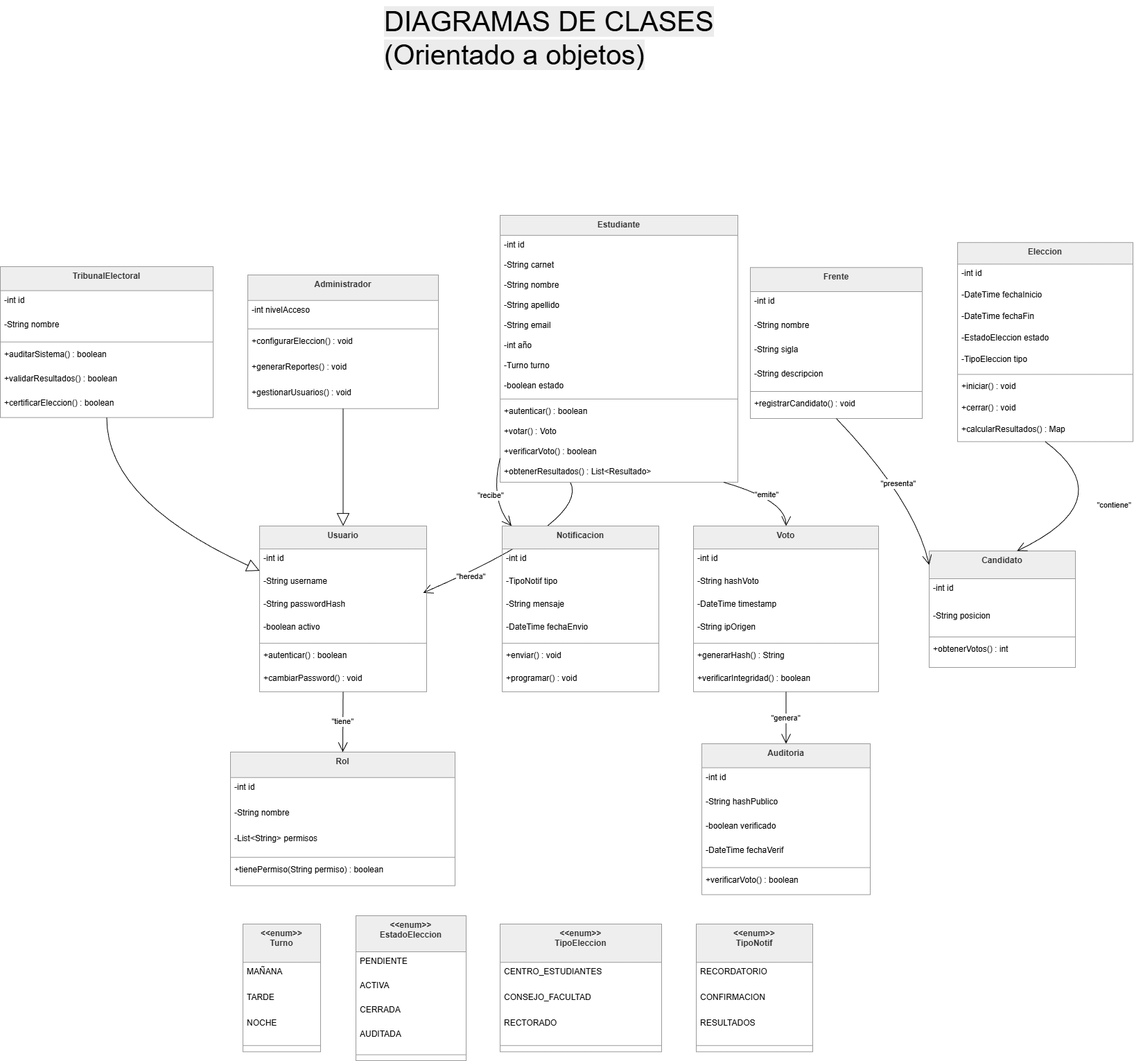
Above: src/public/img/diagramas/orientado-objetos/diagrama-clases.png in huberacarapi-droid/ProyectoADS (draw.io), before the change. Source tidied: cells renumbered, new cells last; positions are measured from the earlier drawing's top-left corner, leaving out a move shared by most shapes.
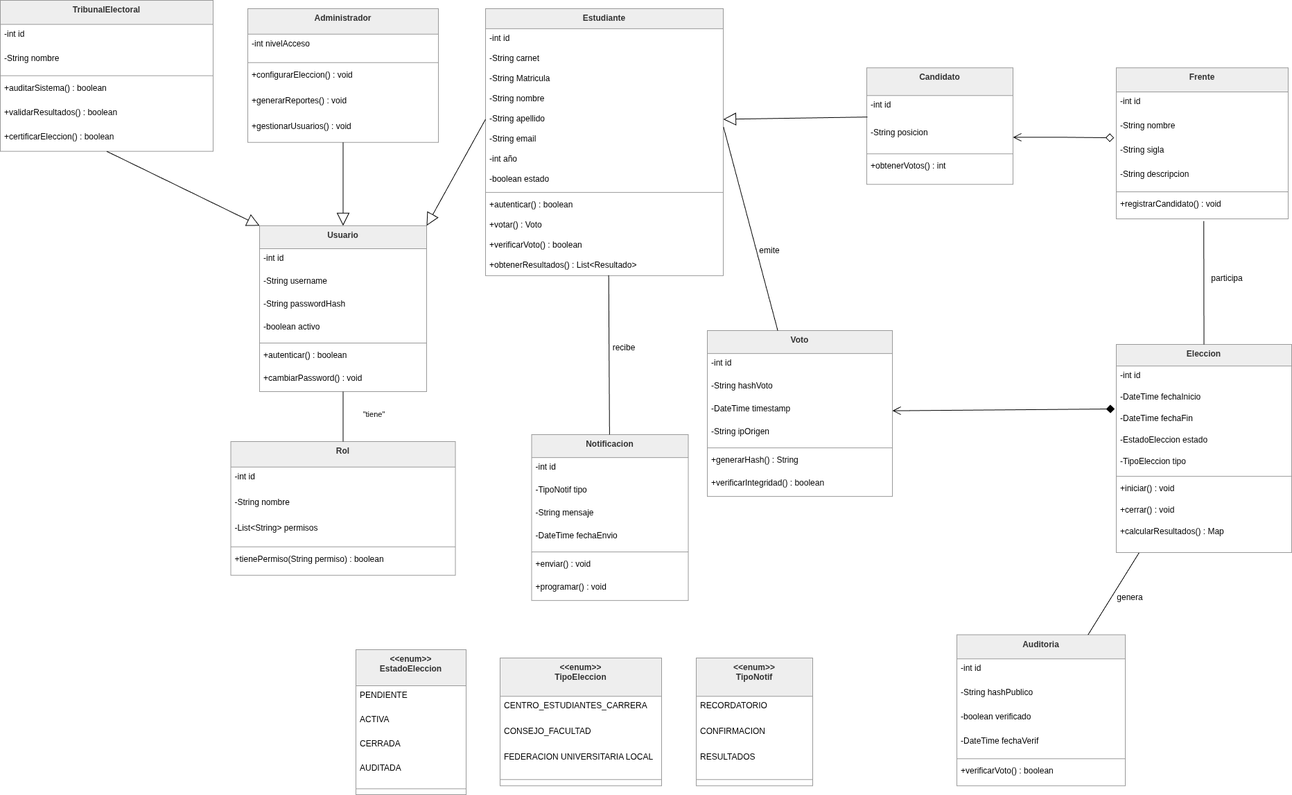
After the commit.

Diff of the diagram source:
```diff
@@ -4,14 +4,4 @@
     <mxCell id="1" parent="0" />
-    <mxCell id="2" value="&quot;hereda&quot;" style="curved=1;startArrow=none;endArrow=open;endSize=12;exitX=0.004;exitY=1.045;entryX=1;entryY=0.28;rounded=0;exitDx=0;exitDy=0;exitPerimeter=0;" parent="1" edge="1">
-      <mxGeometry x="0.54" y="5" relative="1" as="geometry">
-        <mxPoint x="822.4" y="694.9" as="sourcePoint" />
-        <mxPoint x="610" y="854.4" as="targetPoint" />
-        <Array as="points">
-          <mxPoint x="850" y="750.4" />
-        </Array>
-        <mxPoint y="1" as="offset" />
-      </mxGeometry>
-    </mxCell>
     <mxCell id="3" value="Estudiante" style="swimlane;fontStyle=1;align=center;verticalAlign=top;horizontal=1;startSize=28.923076923076923;fillColor=light-dark(#eeeeee,#1f2020);strokeColor=light-dark(#999999,#cccccc);fontColor=light-dark(#333333,#cccccc);" parent="1" vertex="1">
-      <mxGeometry x="721" y="310" width="343" height="384.9" as="geometry" />
+      <mxGeometry x="700" y="396" width="343" height="384.9" as="geometry" />
     </mxCell>
@@ -23,17 +13,17 @@
     </mxCell>
+    <mxCell id="10" value="-String Matricula" style="text;strokeColor=none;fillColor=none;align=left;verticalAlign=top;spacingLeft=4;spacingRight=4;overflow=hidden;" parent="3" vertex="1">
+      <mxGeometry y="86.9" width="343" height="29" as="geometry" />
+    </mxCell>
     <mxCell id="6" value="-String nombre" style="text;strokeColor=none;fillColor=none;align=left;verticalAlign=top;spacingLeft=4;spacingRight=4;overflow=hidden;" parent="3" vertex="1">
-      <mxGeometry y="86.9" width="343" height="29" as="geometry" />
+      <mxGeometry y="115.9" width="343" height="29" as="geometry" />
     </mxCell>
     <mxCell id="7" value="-String apellido" style="text;strokeColor=none;fillColor=none;align=left;verticalAlign=top;spacingLeft=4;spacingRight=4;overflow=hidden;points=[[0,0.5],[1,0.5]];portConstraint=eastwest;" parent="3" vertex="1">
-      <mxGeometry y="115.9" width="343" height="29" as="geometry" />
+      <mxGeometry y="144.9" width="343" height="29" as="geometry" />
     </mxCell>
     <mxCell id="8" value="-String email" style="text;strokeColor=none;fillColor=none;align=left;verticalAlign=top;spacingLeft=4;spacingRight=4;overflow=hidden;points=[[0,0.5],[1,0.5]];portConstraint=eastwest;" parent="3" vertex="1">
-      <mxGeometry y="144.9" width="343" height="29" as="geometry" />
+      <mxGeometry y="173.9" width="343" height="29" as="geometry" />
     </mxCell>
     <mxCell id="9" value="-int año" style="text;strokeColor=none;fillColor=none;align=left;verticalAlign=top;spacingLeft=4;spacingRight=4;overflow=hidden;" parent="3" vertex="1">
-      <mxGeometry y="173.9" width="343" height="29" as="geometry" />
+      <mxGeometry y="202.9" width="343" height="29" as="geometry" />
     </mxCell>
-    <mxCell id="10" value="-Turno turno" style="text;strokeColor=none;fillColor=none;align=left;verticalAlign=top;spacingLeft=4;spacingRight=4;overflow=hidden;" parent="3" vertex="1">
-      <mxGeometry y="202.9" width="343" height="29" as="geometry" />
-    </mxCell>
     <mxCell id="11" value="-boolean estado" style="text;strokeColor=none;fillColor=none;align=left;verticalAlign=top;spacingLeft=4;spacingRight=4;overflow=hidden;" parent="3" vertex="1">
@@ -57,3 +47,3 @@
     <mxCell id="17" value="Usuario" style="swimlane;fontStyle=1;align=center;verticalAlign=top;horizontal=1;startSize=33.142857142857146;fillColor=light-dark(#eeeeee,#1f2020);strokeColor=light-dark(#999999,#cccccc);fontColor=light-dark(#333333,#cccccc);" parent="1" vertex="1">
-      <mxGeometry x="374" y="758" width="241" height="239.1" as="geometry" />
+      <mxGeometry x="374" y="708.9" width="241" height="239.1" as="geometry" />
     </mxCell>
@@ -81,3 +71,3 @@
     <mxCell id="25" value="Rol" style="swimlane;fontStyle=1;align=center;verticalAlign=top;horizontal=1;startSize=36.8;fillColor=light-dark(#eeeeee,#1f2020);strokeColor=light-dark(#999999,#cccccc);fontColor=light-dark(#333333,#cccccc);" parent="1" vertex="1">
-      <mxGeometry x="332" y="1084" width="324" height="192.8" as="geometry" />
+      <mxGeometry x="332.5" y="1020" width="324" height="192.8" as="geometry" />
     </mxCell>
@@ -138,3 +128,3 @@
     <mxCell id="44" value="Voto" style="swimlane;fontStyle=1;align=center;verticalAlign=top;horizontal=1;startSize=33.142857142857146;fillColor=light-dark(#eeeeee,#1f2020);strokeColor=light-dark(#999999,#cccccc);fontColor=light-dark(#333333,#cccccc);" parent="1" vertex="1">
-      <mxGeometry x="1000" y="758" width="267" height="239.1" as="geometry" />
+      <mxGeometry x="1020" y="860" width="267" height="239.1" as="geometry" />
     </mxCell>
@@ -162,3 +152,3 @@
     <mxCell id="52" value="Auditoria" style="swimlane;fontStyle=1;align=center;verticalAlign=top;horizontal=1;startSize=34.666666666666664;fillColor=light-dark(#eeeeee,#1f2020);strokeColor=light-dark(#999999,#cccccc);fontColor=light-dark(#333333,#cccccc);" parent="1" vertex="1">
-      <mxGeometry x="1012" y="1072" width="243" height="217.7" as="geometry" />
+      <mxGeometry x="1380" y="1298.5" width="243" height="217.7" as="geometry" />
     </mxCell>
@@ -182,4 +172,7 @@
     </mxCell>
+    <mxCell id="119" style="rounded=0;jettySize=auto;html=1;endArrow=none;endFill=0;" parent="1" edge="1" source="59" target="52">
+      <mxGeometry relative="1" as="geometry" />
+    </mxCell>
     <mxCell id="59" value="Eleccion" style="swimlane;fontStyle=1;align=center;verticalAlign=top;horizontal=1;startSize=31.11111111111111;fillColor=light-dark(#eeeeee,#1f2020);strokeColor=light-dark(#999999,#cccccc);fontColor=light-dark(#333333,#cccccc);" parent="1" vertex="1">
-      <mxGeometry x="1381" y="349.3" width="253" height="287.1" as="geometry" />
+      <mxGeometry x="1610" y="880" width="253" height="300" as="geometry" />
     </mxCell>
@@ -210,6 +203,6 @@
     <mxCell id="68" value="+calcularResultados() : Map" style="text;strokeColor=none;fillColor=none;align=left;verticalAlign=top;spacingLeft=4;spacingRight=4;overflow=hidden;" parent="59" vertex="1">
-      <mxGeometry y="256.1" width="253" height="31" as="geometry" />
+      <mxGeometry y="256.1" width="253" height="43.9" as="geometry" />
     </mxCell>
     <mxCell id="69" value="Frente" style="swimlane;fontStyle=1;align=center;verticalAlign=top;horizontal=1;startSize=34.666666666666664;fillColor=light-dark(#eeeeee,#1f2020);strokeColor=light-dark(#999999,#cccccc);fontColor=light-dark(#333333,#cccccc);" parent="1" vertex="1">
-      <mxGeometry x="1082" y="385.3" width="248" height="217.7" as="geometry" />
+      <mxGeometry x="1610" y="481.3" width="248" height="217.7" as="geometry" />
     </mxCell>
@@ -234,3 +227,3 @@
     <mxCell id="76" value="Candidato" style="swimlane;fontStyle=1;align=center;verticalAlign=top;horizontal=1;startSize=40;fillColor=light-dark(#eeeeee,#1f2020);strokeColor=light-dark(#999999,#cccccc);fontColor=light-dark(#333333,#cccccc);" parent="1" vertex="1">
-      <mxGeometry x="1340" y="794" width="211" height="168" as="geometry" />
+      <mxGeometry x="1250" y="481.3" width="211" height="168" as="geometry" />
     </mxCell>
@@ -249,3 +242,3 @@
     <mxCell id="81" value="Notificacion" style="swimlane;fontStyle=1;align=center;verticalAlign=top;horizontal=1;startSize=33.142857142857146;fillColor=light-dark(#eeeeee,#1f2020);strokeColor=light-dark(#999999,#cccccc);fontColor=light-dark(#333333,#cccccc);" parent="1" vertex="1">
-      <mxGeometry x="724" y="758" width="226" height="239.1" as="geometry" />
+      <mxGeometry x="766.5" y="1010" width="226" height="239.1" as="geometry" />
     </mxCell>
@@ -272,17 +265,2 @@
     </mxCell>
-    <mxCell id="89" value="&lt;&lt;enum&gt;&gt;&#10;Turno" style="swimlane;fontStyle=1;align=center;verticalAlign=top;horizontal=1;startSize=55.199999999999996;fillColor=light-dark(#eeeeee,#1f2020);strokeColor=light-dark(#999999,#cccccc);fontColor=light-dark(#333333,#cccccc);" parent="1" vertex="1">
-      <mxGeometry x="350" y="1332" width="112" height="184.2" as="geometry" />
-    </mxCell>
-    <mxCell id="90" value="MAÑANA" style="text;strokeColor=none;fillColor=none;align=left;verticalAlign=top;spacingLeft=4;spacingRight=4;overflow=hidden;" parent="89" vertex="1">
-      <mxGeometry y="55.2" width="112" height="37" as="geometry" />
-    </mxCell>
-    <mxCell id="91" value="TARDE" style="text;strokeColor=none;fillColor=none;align=left;verticalAlign=top;spacingLeft=4;spacingRight=4;overflow=hidden;" parent="89" vertex="1">
-      <mxGeometry y="92.2" width="112" height="37" as="geometry" />
-    </mxCell>
-    <mxCell id="92" value="NOCHE" style="text;strokeColor=none;fillColor=none;align=left;verticalAlign=top;spacingLeft=4;spacingRight=4;overflow=hidden;" parent="89" vertex="1">
-      <mxGeometry y="129.2" width="112" height="37" as="geometry" />
-    </mxCell>
-    <mxCell id="93" style="line;strokeWidth=1;fillColor=none;align=left;verticalAlign=middle;spacingTop=-1;spacingLeft=3;spacingRight=3;labelPosition=right;strokeColor=inherit;" parent="89" vertex="1">
-      <mxGeometry y="166.2" width="112" height="18" as="geometry" />
-    </mxCell>
     <mxCell id="94" value="&lt;&lt;enum&gt;&gt;&#10;EstadoEleccion" style="swimlane;fontStyle=1;align=center;verticalAlign=top;horizontal=1;startSize=52;fillColor=light-dark(#eeeeee,#1f2020);strokeColor=light-dark(#999999,#cccccc);fontColor=light-dark(#333333,#cccccc);" parent="1" vertex="1">
@@ -308,3 +286,3 @@
     </mxCell>
-    <mxCell id="101" value="CENTRO_ESTUDIANTES" style="text;strokeColor=none;fillColor=none;align=left;verticalAlign=top;spacingLeft=4;spacingRight=4;overflow=hidden;" parent="100" vertex="1">
+    <mxCell id="101" value="CENTRO_ESTUDIANTES_CARRERA" style="text;strokeColor=none;fillColor=none;align=left;verticalAlign=top;spacingLeft=4;spacingRight=4;overflow=hidden;" parent="100" vertex="1">
       <mxGeometry y="55.2" width="233" height="37" as="geometry" />
@@ -314,3 +292,3 @@
     </mxCell>
-    <mxCell id="103" value="RECTORADO" style="text;strokeColor=none;fillColor=none;align=left;verticalAlign=top;spacingLeft=4;spacingRight=4;overflow=hidden;" parent="100" vertex="1">
+    <mxCell id="103" value="FEDERACION UNIVERSITARIA LOCAL" style="text;strokeColor=none;fillColor=none;align=left;verticalAlign=top;spacingLeft=4;spacingRight=4;overflow=hidden;" parent="100" vertex="1">
       <mxGeometry y="129.2" width="233" height="37" as="geometry" />
@@ -335,11 +313,6 @@
     </mxCell>
-    <mxCell id="110" value="&quot;emite&quot;" style="curved=1;startArrow=none;endArrow=open;endSize=12;exitX=0.94;exitY=1;entryX=0.5;entryY=0;rounded=0;" parent="1" edge="1" source="3" target="44">
-      <mxGeometry relative="1" as="geometry">
-        <Array as="points">
-          <mxPoint x="1134" y="721" />
-        </Array>
-      </mxGeometry>
-    </mxCell>
-    <mxCell id="111" value="&quot;tiene&quot;" style="curved=1;startArrow=none;endArrow=open;endSize=12;exitX=0.5;exitY=1;entryX=0.5;entryY=0;rounded=0;" parent="1" edge="1" source="17" target="25">
-      <mxGeometry relative="1" as="geometry" />
+    <mxCell id="111" value="&quot;tiene&quot;" style="curved=1;startArrow=none;endArrow=none;endSize=12;exitX=0.5;exitY=1;entryX=0.5;entryY=0;rounded=0;endFill=0;" parent="1" edge="1" source="17" target="25">
+      <mxGeometry x="-0.11" y="46" relative="1" as="geometry">
+        <mxPoint x="-1" as="offset" />
+      </mxGeometry>
     </mxCell>
@@ -348,36 +321,38 @@
     </mxCell>
-    <mxCell id="113" style="curved=1;startArrow=none;endArrow=block;endSize=16;endFill=0;exitX=0.5;exitY=1;entryX=0;entryY=0.27;rounded=0;" parent="1" edge="1" source="37" target="17">
-      <mxGeometry relative="1" as="geometry">
-        <Array as="points">
-          <mxPoint x="153" y="721" />
-        </Array>
-      </mxGeometry>
+    <mxCell id="113" style="startArrow=none;endArrow=block;endSize=16;endFill=0;exitX=0.5;exitY=1;entryX=0;entryY=0;rounded=0;entryDx=0;entryDy=0;" parent="1" edge="1" source="37" target="17">
+      <mxGeometry relative="1" as="geometry" />
     </mxCell>
-    <mxCell id="114" value="&quot;genera&quot;" style="curved=1;startArrow=none;endArrow=open;endSize=12;exitX=0.5;exitY=1;entryX=0.5;entryY=0;rounded=0;" parent="1" edge="1" source="44" target="52">
-      <mxGeometry relative="1" as="geometry" />
-    </mxCell>
-    <mxCell id="115" value="&quot;contiene&quot;" style="curved=1;startArrow=none;endArrow=open;endSize=12;exitX=0.5;exitY=1;entryX=0.6;entryY=0;rounded=0;" parent="1" edge="1" source="59" target="76">
-      <mxGeometry relative="1" as="geometry">
-        <Array as="points">
-          <mxPoint x="1620" y="721" />
-        </Array>
-      </mxGeometry>
-    </mxCell>
-    <mxCell id="116" value="&quot;presenta&quot;" style="curved=1;startArrow=none;endArrow=open;endSize=12;exitX=0.5;exitY=1;entryX=0;entryY=0.12;rounded=0;" parent="1" edge="1" source="69" target="76">
-      <mxGeometry relative="1" as="geometry">
-        <Array as="points">
-          <mxPoint x="1319" y="721" />
-        </Array>
-      </mxGeometry>
-    </mxCell>
-    <mxCell id="117" value="&quot;recibe&quot;" style="curved=1;startArrow=none;endArrow=open;endSize=12;exitX=0;exitY=0.91;entryX=0.06;entryY=0;rounded=0;" parent="1" edge="1" source="3" target="81">
-      <mxGeometry relative="1" as="geometry">
-        <Array as="points">
-          <mxPoint x="706" y="721" />
-        </Array>
-      </mxGeometry>
-    </mxCell>
-    <mxCell id="118" value="&lt;span style=&quot;color: rgb(0, 0, 0); font-family: Helvetica; font-size: 40px; font-style: normal; font-variant-ligatures: normal; font-variant-caps: normal; font-weight: 400; letter-spacing: normal; orphans: 2; text-align: center; text-indent: 0px; text-transform: none; widows: 2; word-spacing: 0px; -webkit-text-stroke-width: 0px; white-space: normal; background-color: rgb(236, 236, 236); text-decoration-thickness: initial; text-decoration-style: initial; text-decoration-color: initial; float: none; display: inline !important;&quot;&gt;DIAGRAMAS DE CLASES (Orientado a objetos)&lt;/span&gt;" style="text;whiteSpace=wrap;html=1;" parent="1" vertex="1">
-      <mxGeometry x="552" width="620" height="120" as="geometry" />
-    </mxCell>
+    <mxCell id="120" style="rounded=0;jettySize=auto;html=1;exitX=1.001;exitY=-0.111;exitDx=0;exitDy=0;exitPerimeter=0;endArrow=none;endFill=0;" parent="1" edge="1" source="8" target="44">
+      <mxGeometry relative="1" as="geometry" />
+    </mxCell>
+    <mxCell id="121" style="startArrow=none;endArrow=block;endSize=16;endFill=0;exitX=0;exitY=0.5;entryX=1;entryY=0;rounded=0;exitDx=0;exitDy=0;entryDx=0;entryDy=0;" parent="1" edge="1" source="7" target="17">
+      <mxGeometry relative="1" as="geometry" />
+    </mxCell>
+    <mxCell id="122" style="rounded=0;jettySize=auto;html=1;entryX=-0.009;entryY=-0.003;entryDx=0;entryDy=0;endArrow=diamond;endFill=1;exitX=1;exitY=0.5;exitDx=0;exitDy=0;entryPerimeter=0;endSize=10;startArrow=open;startFill=0;startSize=10;" parent="1" edge="1" source="47" target="62">
+      <mxGeometry relative="1" as="geometry" />
+    </mxCell>
+    <mxCell id="123" value="emite" style="text;html=1;whiteSpace=wrap;strokeColor=none;fillColor=none;align=center;verticalAlign=middle;rounded=0;" parent="1" vertex="1">
+      <mxGeometry x="1080" y="730" width="60" height="30" as="geometry" />
+    </mxCell>
+    <mxCell id="124" style="rounded=0;jettySize=auto;html=1;entryX=0.518;entryY=0.979;entryDx=0;entryDy=0;entryPerimeter=0;endArrow=none;endFill=0;" parent="1" edge="1" source="81" target="16">
+      <mxGeometry relative="1" as="geometry" />
+    </mxCell>
+    <mxCell id="125" value="recibe" style="text;html=1;whiteSpace=wrap;strokeColor=none;fillColor=none;align=center;verticalAlign=middle;rounded=0;" parent="1" vertex="1">
+      <mxGeometry x="870" y="870" width="60" height="30" as="geometry" />
+    </mxCell>
+    <mxCell id="126" style="rounded=0;jettySize=auto;html=1;endArrow=none;endFill=0;entryX=0.5;entryY=0;entryDx=0;entryDy=0;exitX=0.509;exitY=1.089;exitDx=0;exitDy=0;exitPerimeter=0;" parent="1" edge="1" source="75" target="59">
+      <mxGeometry relative="1" as="geometry" />
+    </mxCell>
+    <mxCell id="127" style="startArrow=none;endArrow=block;endSize=16;endFill=0;exitX=0.005;exitY=0.772;entryX=1;entryY=0.5;rounded=0;exitDx=0;exitDy=0;entryDx=0;entryDy=0;exitPerimeter=0;" parent="1" edge="1" source="77" target="7">
+      <mxGeometry relative="1" as="geometry" />
+    </mxCell>
+    <mxCell id="128" style="edgeStyle=orthogonalEdgeStyle;rounded=0;jettySize=auto;html=1;entryX=-0.013;entryY=-0.11;entryDx=0;entryDy=0;entryPerimeter=0;startArrow=open;startFill=0;endArrow=diamond;endFill=0;startSize=10;endSize=10;" parent="1" edge="1" source="78" target="72">
+      <mxGeometry relative="1" as="geometry" />
+    </mxCell>
+    <mxCell id="129" value="participa" style="text;html=1;whiteSpace=wrap;strokeColor=none;fillColor=none;align=center;verticalAlign=middle;rounded=0;" parent="1" vertex="1">
+      <mxGeometry x="1740" y="770" width="60" height="30" as="geometry" />
+    </mxCell>
+    <mxCell id="130" value="genera" style="text;html=1;whiteSpace=wrap;strokeColor=none;fillColor=none;align=center;verticalAlign=middle;rounded=0;" parent="1" vertex="1">
+      <mxGeometry x="1600" y="1230" width="60" height="30" as="geometry" />
+    </mxCell>
   </root>
```
